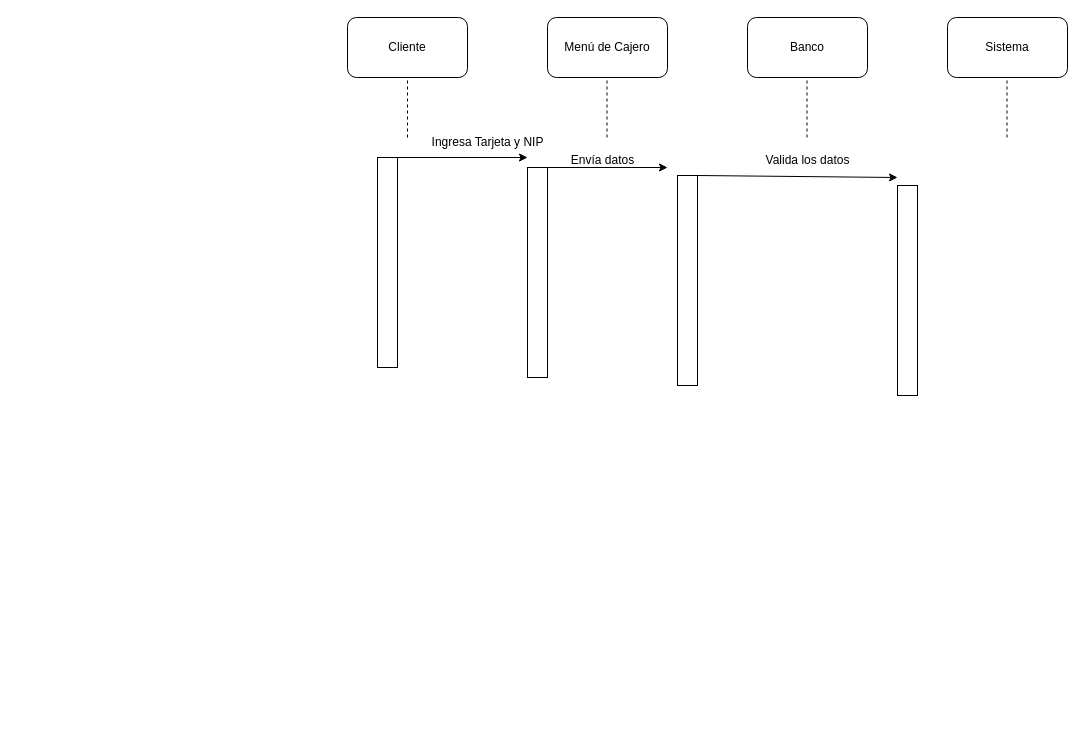
Above: page "Diagrama de Secuencia" (2 of 3) of Diagrama sin título.drawio in SamuelHerreraPerez/Laboratorio-Empresarial (draw.io), before the change. Source tidied: cells renumbered, new cells numbered last; positions are measured from the earlier drawing's top-left corner, leaving out a move shared by most shapes. Both pictures are drawn from the tidied source at 100%, with x=0, y=0 at pixel (347, 17).
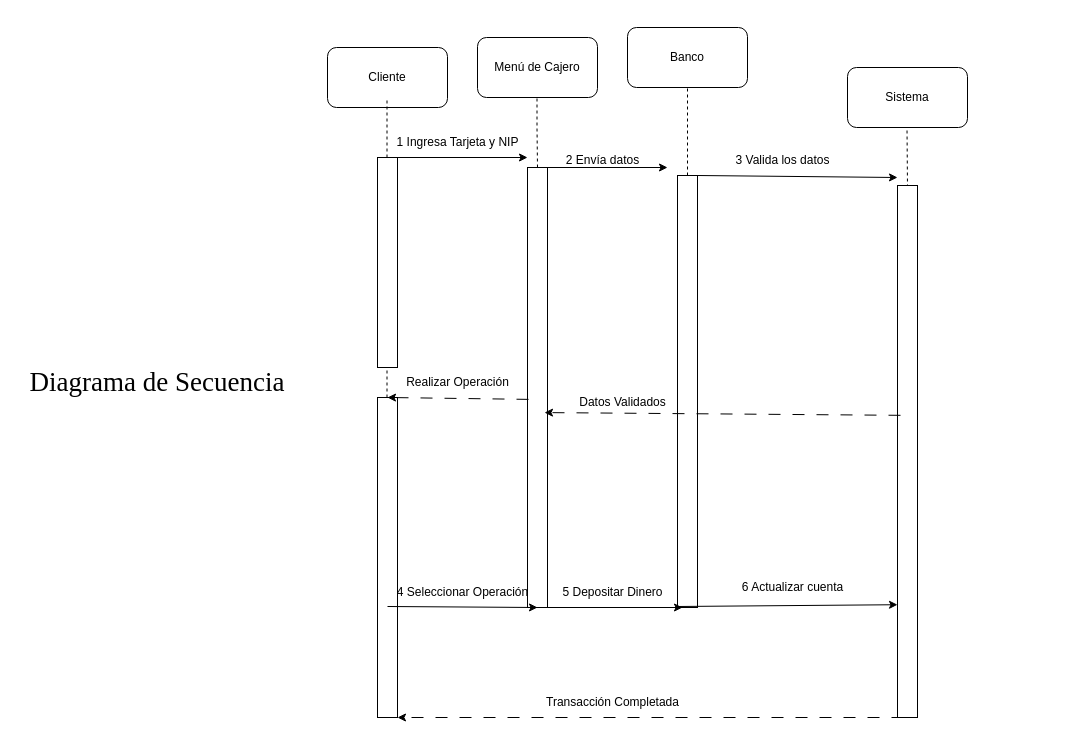
The same diagram, later.

Commit message:
Cajero automático Diagramas

What changed in the source:
```diff
@@
     <mxCell id="2" value="Cliente" style="rounded=1;whiteSpace=wrap;html=1;" parent="1" vertex="1">
-      <mxGeometry width="120" height="60" as="geometry" />
+      <mxGeometry x="-20" y="30" width="120" height="60" as="geometry" />
     </mxCell>
     <mxCell id="3" value="Menú de Cajero" style="rounded=1;whiteSpace=wrap;html=1;" parent="1" vertex="1">
-      <mxGeometry x="200" width="120" height="60" as="geometry" />
+      <mxGeometry x="130" y="20" width="120" height="60" as="geometry" />
     </mxCell>
     <mxCell id="4" value="Banco" style="rounded=1;whiteSpace=wrap;html=1;" parent="1" vertex="1">
-      <mxGeometry x="400" width="120" height="60" as="geometry" />
+      <mxGeometry x="280" y="10" width="120" height="60" as="geometry" />
     </mxCell>
     <mxCell id="5" value="Sistema" style="rounded=1;whiteSpace=wrap;html=1;" parent="1" vertex="1">
-      <mxGeometry x="600" width="120" height="60" as="geometry" />
+      <mxGeometry x="500" y="50" width="120" height="60" as="geometry" />
     </mxCell>
-    <mxCell id="6" style="endArrow=none;dashed=1;html=1;rounded=0;entryX=0.5;entryY=1;entryDx=0;entryDy=0;" parent="1" edge="1" target="2">
+    <mxCell id="6" style="endArrow=none;dashed=1;html=1;rounded=0;entryX=0.5;entryY=1;entryDx=0;entryDy=0;" parent="1" edge="1">
       <mxGeometry relative="1" as="geometry">
-        <mxPoint x="60" y="120" as="sourcePoint" />
+        <mxPoint x="39.5" y="140" as="sourcePoint" />
+        <mxPoint x="39.5" y="80" as="targetPoint" />
+        <Array as="points">
+          <mxPoint x="39.5" y="130" />
+        </Array>
       </mxGeometry>
     </mxCell>
-    <mxCell id="7" style="endArrow=none;dashed=1;html=1;rounded=0;entryX=0.5;entryY=1;entryDx=0;entryDy=0;" parent="1" edge="1">
+    <mxCell id="7" style="endArrow=none;dashed=1;html=1;rounded=0;entryX=0.5;entryY=1;entryDx=0;entryDy=0;exitX=0.5;exitY=0;exitDx=0;exitDy=0;" parent="1" edge="1" source="13">
       <mxGeometry relative="1" as="geometry">
-        <mxPoint x="259.5" y="120" as="sourcePoint" />
-        <mxPoint x="259.5" y="60" as="targetPoint" />
+        <mxPoint x="189.5" y="80" as="targetPoint" />
         <Array as="points">
-          <mxPoint x="259.5" y="90" />
+          <mxPoint x="189.5" y="110" />
         </Array>
       </mxGeometry>
     </mxCell>
-    <mxCell id="8" style="endArrow=none;dashed=1;html=1;rounded=0;entryX=0.5;entryY=1;entryDx=0;entryDy=0;" parent="1" edge="1">
-      <mxGeometry relative="1" as="geometry">
-        <mxPoint x="459.5" y="120" as="sourcePoint" />
-        <mxPoint x="459.5" y="60" as="targetPoint" />
-      </mxGeometry>
+    <mxCell id="8" style="endArrow=none;dashed=1;html=1;rounded=0;exitX=0.5;exitY=0;exitDx=0;exitDy=0;" parent="1" edge="1" source="16" target="4">
+      <mxGeometry relative="1" as="geometry" />
     </mxCell>
     <mxCell id="9" style="endArrow=none;dashed=1;html=1;rounded=0;entryX=0.5;entryY=1;entryDx=0;entryDy=0;" parent="1" edge="1">
       <mxGeometry relative="1" as="geometry">
-        <mxPoint x="659.5" y="120" as="sourcePoint" />
-        <mxPoint x="659.5" y="60" as="targetPoint" />
+        <mxPoint x="560" y="170" as="sourcePoint" />
+        <mxPoint x="559.5" y="110" as="targetPoint" />
       </mxGeometry>
     </mxCell>
@@
-    <mxCell id="12" value="Ingresa Tarjeta y NIP" style="text;html=1;align=center;verticalAlign=middle;strokeColor=none;fillColor=none;" parent="1" vertex="1">
-      <mxGeometry x="70" y="110" width="140" height="30" as="geometry" />
+    <mxCell id="12" value="1 Ingresa Tarjeta y NIP" style="text;html=1;align=center;verticalAlign=middle;strokeColor=none;fillColor=none;" parent="1" vertex="1">
+      <mxGeometry x="35" y="110" width="150" height="30" as="geometry" />
     </mxCell>
     <mxCell id="13" style="rounded=0;whiteSpace=wrap;html=1;" parent="1" vertex="1">
-      <mxGeometry x="180" y="150" width="20" height="210" as="geometry" />
+      <mxGeometry x="180" y="150" width="20" height="440" as="geometry" />
     </mxCell>
@@
-    <mxCell id="15" value="Envía datos" style="text;html=1;align=center;verticalAlign=middle;strokeColor=none;fillColor=none;" parent="1" vertex="1">
-      <mxGeometry x="210" y="128" width="90" height="30" as="geometry" />
+    <mxCell id="15" value="2 Envía datos" style="text;html=1;align=center;verticalAlign=middle;strokeColor=none;fillColor=none;" parent="1" vertex="1">
+      <mxGeometry x="205" y="128" width="100" height="30" as="geometry" />
     </mxCell>
     <mxCell id="16" style="rounded=0;whiteSpace=wrap;html=1;" parent="1" vertex="1">
-      <mxGeometry x="330" y="158" width="20" height="210" as="geometry" />
+      <mxGeometry x="330" y="158" width="20" height="432" as="geometry" />
     </mxCell>
@@
-    <mxCell id="18" value="Valida los datos" style="text;html=1;align=center;verticalAlign=middle;strokeColor=none;fillColor=none;" parent="1" vertex="1">
-      <mxGeometry x="405" y="128" width="110" height="30" as="geometry" />
+    <mxCell id="18" value="3 Valida los datos" style="text;html=1;align=center;verticalAlign=middle;strokeColor=none;fillColor=none;" parent="1" vertex="1">
+      <mxGeometry x="375" y="128" width="120" height="30" as="geometry" />
     </mxCell>
     <mxCell id="19" style="rounded=0;whiteSpace=wrap;html=1;" parent="1" vertex="1">
-      <mxGeometry x="550" y="168" width="20" height="210" as="geometry" />
+      <mxGeometry x="550" y="168" width="20" height="532" as="geometry" />
     </mxCell>
+    <mxCell id="20" style="endArrow=none;dashed=1;html=1;rounded=0;entryX=0.5;entryY=1;entryDx=0;entryDy=0;" parent="1" edge="1">
+      <mxGeometry relative="1" as="geometry">
+        <mxPoint x="39.5" y="410" as="sourcePoint" />
+        <mxPoint x="39.5" y="350" as="targetPoint" />
+        <Array as="points">
+          <mxPoint x="39.5" y="400" />
+        </Array>
+      </mxGeometry>
+    </mxCell>
+    <mxCell id="21" style="rounded=0;whiteSpace=wrap;html=1;" parent="1" vertex="1">
+      <mxGeometry x="30" y="380" width="20" height="320" as="geometry" />
+    </mxCell>
+    <mxCell id="22" style="endArrow=classic;html=1;rounded=0;exitX=1;exitY=0;exitDx=0;exitDy=0;entryX=0.5;entryY=1;entryDx=0;entryDy=0;" parent="1" edge="1" target="13">
+      <mxGeometry relative="1" as="geometry">
+        <mxPoint x="40" y="589" as="sourcePoint" />
+      </mxGeometry>
+    </mxCell>
+    <mxCell id="23" style="endArrow=classic;html=1;rounded=0;exitX=1;exitY=0;exitDx=0;exitDy=0;entryX=0.25;entryY=1;entryDx=0;entryDy=0;" parent="1" edge="1" target="16">
+      <mxGeometry relative="1" as="geometry">
+        <mxPoint x="190" y="590" as="sourcePoint" />
+      </mxGeometry>
+    </mxCell>
+    <mxCell id="24" style="endArrow=classic;html=1;rounded=0;exitX=1;exitY=0;exitDx=0;exitDy=0;entryX=0;entryY=0.788;entryDx=0;entryDy=0;entryPerimeter=0;" parent="1" edge="1" target="19">
+      <mxGeometry relative="1" as="geometry">
+        <mxPoint x="330" y="589" as="sourcePoint" />
+      </mxGeometry>
+    </mxCell>
+    <mxCell id="25" style="endArrow=classic;html=1;rounded=0;exitX=0.15;exitY=0.432;exitDx=0;exitDy=0;exitPerimeter=0;entryX=0.85;entryY=0.557;entryDx=0;entryDy=0;entryPerimeter=0;dashed=1;dashPattern=12 12;" parent="1" edge="1" source="19" target="13">
+      <mxGeometry relative="1" as="geometry" />
+    </mxCell>
+    <mxCell id="26" style="endArrow=classic;html=1;rounded=0;exitX=0.05;exitY=0.527;exitDx=0;exitDy=0;exitPerimeter=0;entryX=0.85;entryY=0.557;entryDx=0;entryDy=0;entryPerimeter=0;dashed=1;dashPattern=12 12;" parent="1" edge="1" source="13">
+      <mxGeometry relative="1" as="geometry">
+        <mxPoint x="40" y="380" as="targetPoint" />
+      </mxGeometry>
+    </mxCell>
+    <mxCell id="27" value="Realizar Operación" style="text;html=1;align=center;verticalAlign=middle;strokeColor=none;fillColor=none;" parent="1" vertex="1">
+      <mxGeometry x="45" y="350" width="130" height="30" as="geometry" />
+    </mxCell>
+    <mxCell id="28" value="Datos Validados" style="text;html=1;align=center;verticalAlign=middle;strokeColor=none;fillColor=none;" parent="1" vertex="1">
+      <mxGeometry x="220" y="370" width="110" height="30" as="geometry" />
+    </mxCell>
+    <mxCell id="29" value="4 Seleccionar Operación" style="text;html=1;align=center;verticalAlign=middle;strokeColor=none;fillColor=none;" parent="1" vertex="1">
+      <mxGeometry x="40" y="560" width="150" height="30" as="geometry" />
+    </mxCell>
+    <mxCell id="30" value="5 Depositar Dinero" style="text;html=1;align=center;verticalAlign=middle;strokeColor=none;fillColor=none;" parent="1" vertex="1">
+      <mxGeometry x="205" y="560" width="120" height="30" as="geometry" />
+    </mxCell>
+    <mxCell id="31" value="6 Actualizar cuenta" style="text;html=1;align=center;verticalAlign=middle;strokeColor=none;fillColor=none;" parent="1" vertex="1">
+      <mxGeometry x="385" y="555" width="120" height="30" as="geometry" />
+    </mxCell>
+    <mxCell id="32" style="endArrow=classic;html=1;rounded=0;exitX=0.15;exitY=0.432;exitDx=0;exitDy=0;exitPerimeter=0;entryX=1;entryY=1;entryDx=0;entryDy=0;dashed=1;dashPattern=12 12;" parent="1" edge="1" target="21">
+      <mxGeometry relative="1" as="geometry">
+        <mxPoint x="556" y="700" as="sourcePoint" />
+      </mxGeometry>
+    </mxCell>
+    <mxCell id="33" value="Transacción Completada" style="text;html=1;align=center;verticalAlign=middle;strokeColor=none;fillColor=none;" parent="1" vertex="1">
+      <mxGeometry x="185" y="670" width="160" height="30" as="geometry" />
+    </mxCell>
+    <mxCell id="34" value="&lt;font style=&quot;font-size: 27px;&quot; face=&quot;Times New Roman&quot;&gt;Diagrama de Secuencia&lt;/font&gt;" style="text;html=1;align=center;verticalAlign=middle;whiteSpace=wrap;rounded=0;" parent="1" vertex="1">
+      <mxGeometry x="-330" y="310" width="280" height="110" as="geometry" />
+    </mxCell>
```
